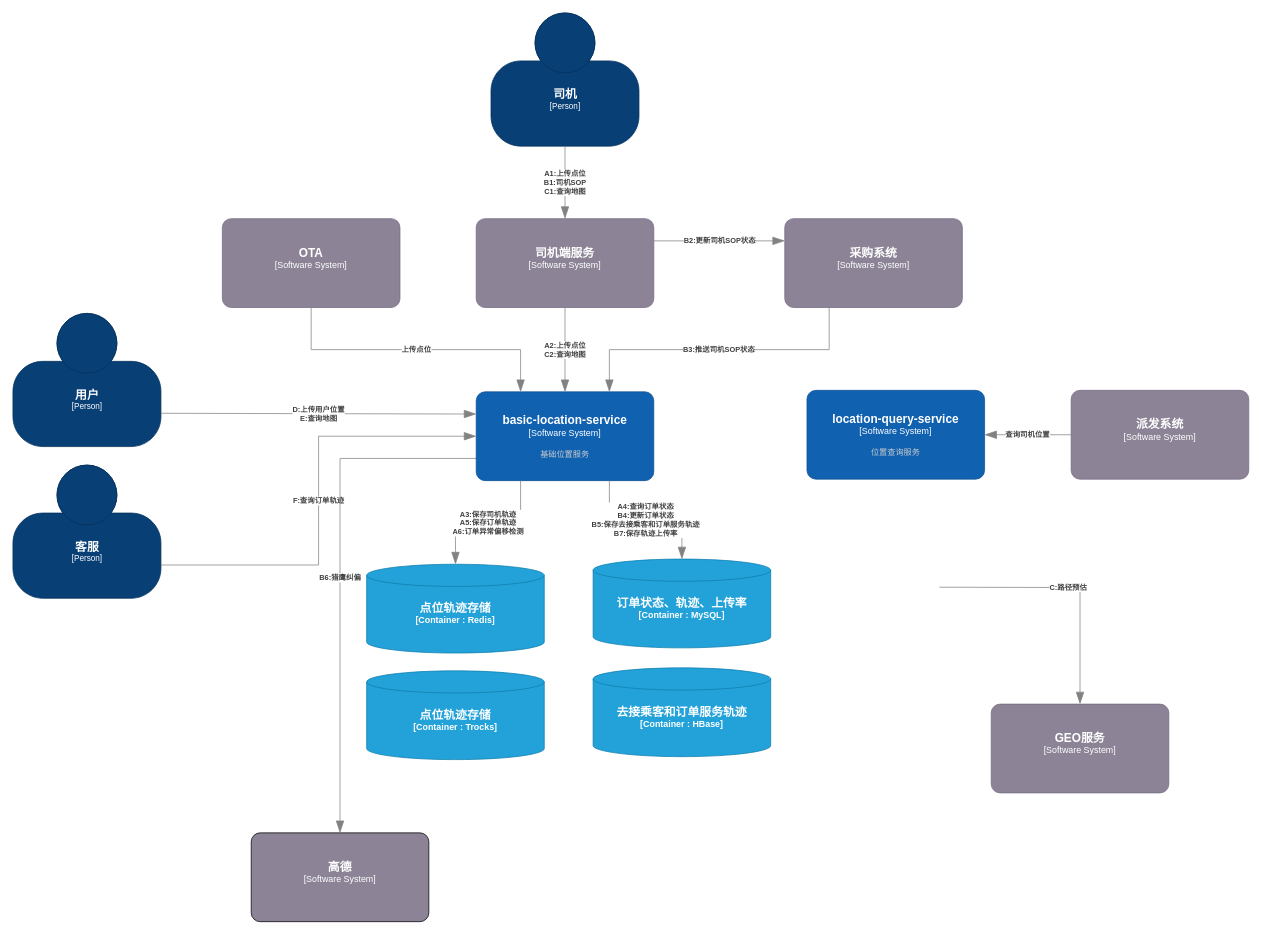
Above: page "地图-容器图" (3 of 3) of 地图服务-现状.drawio in miareko/c4-diagram (draw.io), before the change. Source tidied: cells renumbered, new cells numbered last; positions are measured from the earlier drawing's top-left corner, leaving out a move shared by most shapes. Both pictures are drawn from the tidied source at 74%, with x=0, y=0 at pixel (13, 13).
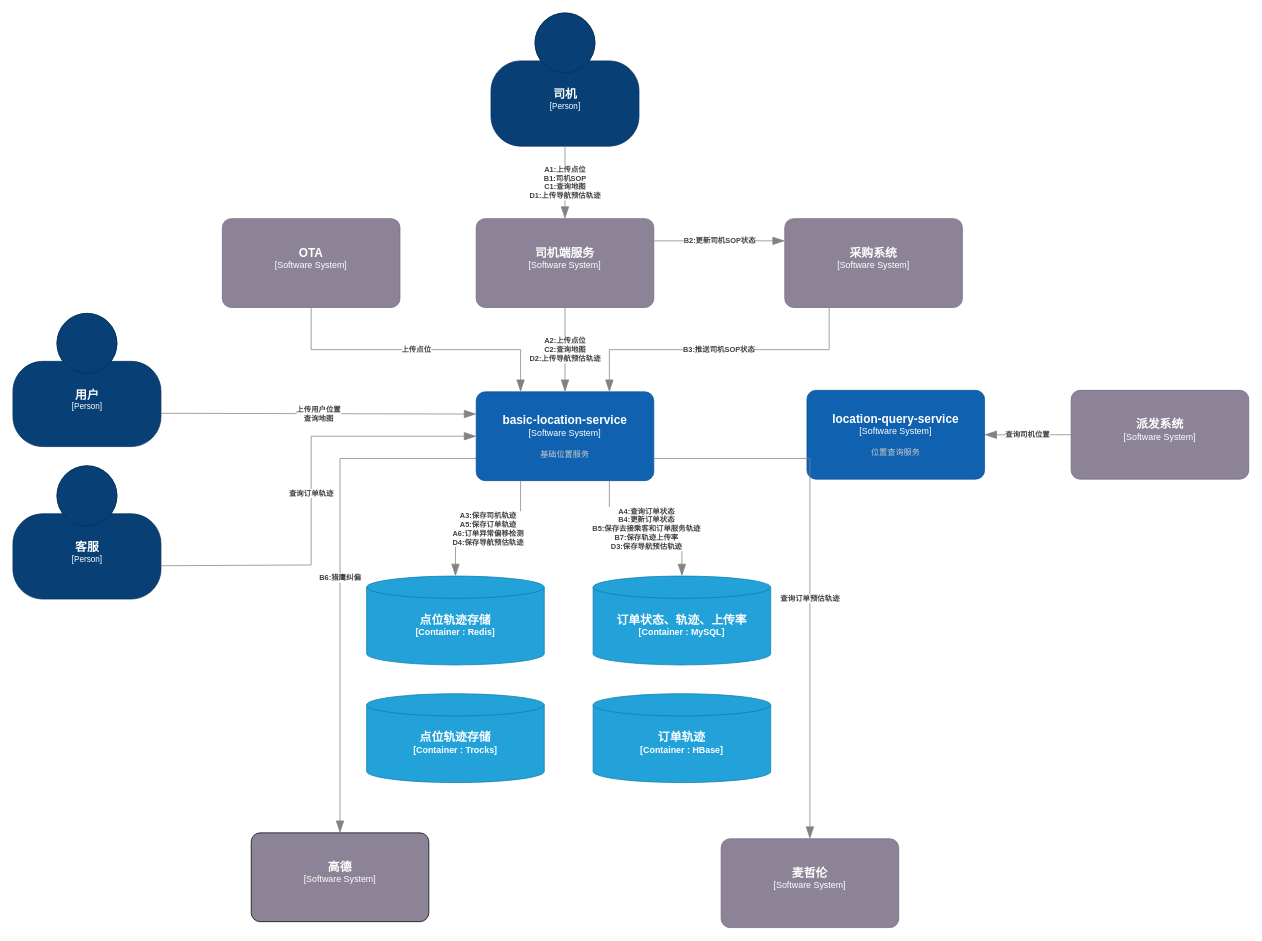
Above is the later version.

Unchanged cells that the change refers to:
```xml
<object id="2" label="&lt;font style=&quot;font-size: 16px&quot;&gt;&lt;b&gt;%c4Name%&lt;/b&gt;&lt;/font&gt;&lt;div&gt;[%c4Type%]&lt;/div&gt;&lt;br&gt;&lt;div&gt;&lt;font style=&quot;font-size: 11px&quot;&gt;&lt;font color=&quot;#cccccc&quot;&gt;%c4Description%&lt;/font&gt;&lt;/div&gt;" c4Description="" c4Name="司机" c4Type="Person" placeholders="1">
  <mxCell style="html=1;fontSize=11;dashed=0;whitespace=wrap;fillColor=#083F75;strokeColor=#06315C;fontColor=#ffffff;shape=mxgraph.c4.person2;align=center;points=[[0.5,0,0],[1,0.5,0],[1,0.75,0],[0.75,1,0],[0.5,1,0],[0.25,1,0],[0,0.75,0],[0,0.5,0]];" parent="1" vertex="1">
    <mxGeometry x="646" width="200" height="180" as="geometry" />
  </mxCell>
</object>
<object id="3" label="&lt;font style=&quot;font-size: 16px&quot;&gt;&lt;b&gt;%c4Name%&lt;/b&gt;&lt;/font&gt;&lt;div&gt;[%c4Type%]&lt;/div&gt;&lt;br&gt;&lt;div&gt;&lt;font style=&quot;font-size: 11px&quot;&gt;&lt;font color=&quot;#cccccc&quot;&gt;%c4Description%&lt;/font&gt;&lt;/div&gt;" c4Description="" c4Name="司机端服务" c4Type="Software System" placeholders="1">
  <mxCell style="rounded=1;whiteSpace=wrap;html=1;labelBackgroundColor=none;fillColor=#8C8496;fontColor=#ffffff;align=center;arcSize=10;strokeColor=#736782;points=[[0.25,0,0],[0.5,0,0],[0.75,0,0],[1,0.25,0],[1,0.5,0],[1,0.75,0],[0.75,1,0],[0.5,1,0],[0.25,1,0],[0,0.75,0],[0,0.5,0],[0,0.25,0]];" parent="1" vertex="1">
    <mxGeometry x="626" y="278" width="240" height="120" as="geometry" />
  </mxCell>
</object>
<object id="7" label="&lt;font style=&quot;font-size: 16px&quot;&gt;&lt;b&gt;%c4Name%&lt;/b&gt;&lt;/font&gt;&lt;div&gt;[%c4Type%]&lt;/div&gt;&lt;br&gt;&lt;div&gt;&lt;font style=&quot;font-size: 11px&quot;&gt;&lt;font color=&quot;#cccccc&quot;&gt;%c4Description%&lt;/font&gt;&lt;/div&gt;" c4Description="" c4Name="用户" c4Type="Person" placeholders="1">
  <mxCell style="html=1;fontSize=11;dashed=0;whitespace=wrap;fillColor=#083F75;strokeColor=#06315C;fontColor=#ffffff;shape=mxgraph.c4.person2;align=center;points=[[0.5,0,0],[1,0.5,0],[1,0.75,0],[0.75,1,0],[0.5,1,0],[0.25,1,0],[0,0.75,0],[0,0.5,0]];" parent="1" vertex="1">
    <mxGeometry y="406" width="200" height="180" as="geometry" />
  </mxCell>
</object>
<object id="21" label="&lt;font style=&quot;font-size: 16px&quot;&gt;&lt;b&gt;%c4Name%&lt;/b&gt;&lt;/font&gt;&lt;div&gt;[%c4Type%]&lt;/div&gt;&lt;br&gt;&lt;div&gt;&lt;font style=&quot;font-size: 11px&quot;&gt;&lt;font color=&quot;#cccccc&quot;&gt;%c4Description%&lt;/font&gt;&lt;/div&gt;" c4Description="基础位置服务" c4Name="basic-location-service" c4Type="Software System" placeholders="1">
  <mxCell style="rounded=1;whiteSpace=wrap;html=1;labelBackgroundColor=none;fillColor=#1061B0;fontColor=#ffffff;align=center;arcSize=10;strokeColor=#0D5091;points=[[0.25,0,0],[0.5,0,0],[0.75,0,0],[1,0.25,0],[1,0.5,0],[1,0.75,0],[0.75,1,0],[0.5,1,0],[0.25,1,0],[0,0.75,0],[0,0.5,0],[0,0.25,0]];" parent="1" vertex="1">
    <mxGeometry x="626" y="512" width="240" height="120" as="geometry" />
  </mxCell>
</object>
```

What changed in the source:
```diff
@@
-    <object id="5" label="&lt;font style=&quot;font-size: 16px&quot;&gt;&lt;b&gt;%c4Name%&lt;/b&gt;&lt;/font&gt;&lt;div&gt;[%c4Type%]&lt;/div&gt;&lt;br&gt;&lt;div&gt;&lt;font style=&quot;font-size: 11px&quot;&gt;&lt;font color=&quot;#cccccc&quot;&gt;%c4Description%&lt;/font&gt;&lt;/div&gt;" c4Description="" c4Name="GEO服务" c4Type="Software System" placeholders="1">
-      <mxCell style="rounded=1;whiteSpace=wrap;html=1;labelBackgroundColor=none;fillColor=#8C8496;fontColor=#ffffff;align=center;arcSize=10;strokeColor=#736782;points=[[0.25,0,0],[0.5,0,0],[0.75,0,0],[1,0.25,0],[1,0.5,0],[1,0.75,0],[0.75,1,0],[0.5,1,0],[0.25,1,0],[0,0.75,0],[0,0.5,0],[0,0.25,0]];" parent="1" vertex="1">
-        <mxGeometry x="1322" y="934" width="240" height="120" as="geometry" />
-      </mxCell>
-    </object>
@@
     <object id="8" label="&lt;font style=&quot;font-size: 16px&quot;&gt;&lt;b&gt;%c4Name%&lt;/b&gt;&lt;/font&gt;&lt;div&gt;[%c4Type%]&lt;/div&gt;&lt;br&gt;&lt;div&gt;&lt;font style=&quot;font-size: 11px&quot;&gt;&lt;font color=&quot;#cccccc&quot;&gt;%c4Description%&lt;/font&gt;&lt;/div&gt;" c4Description="" c4Name="客服" c4Type="Person" placeholders="1">
       <mxCell style="html=1;fontSize=11;dashed=0;whitespace=wrap;fillColor=#083F75;strokeColor=#06315C;fontColor=#ffffff;shape=mxgraph.c4.person2;align=center;points=[[0.5,0,0],[1,0.5,0],[1,0.75,0],[0.75,1,0],[0.5,1,0],[0.25,1,0],[0,0.75,0],[0,0.5,0]];" parent="1" vertex="1">
-        <mxGeometry y="611" width="200" height="180" as="geometry" />
+        <mxGeometry y="612" width="200" height="180" as="geometry" />
       </mxCell>
     </object>
-    <object id="9" label="&lt;div style=&quot;text-align: left&quot;&gt;&lt;div style=&quot;text-align: center&quot;&gt;&lt;b&gt;%c4Description%&lt;/b&gt;&lt;/div&gt;" c4Description="A1:上传点位&#10;B1:司机SOP&#10;C1:查询地图" placeholders="1">
+    <object id="9" label="&lt;div style=&quot;text-align: left&quot;&gt;&lt;div style=&quot;text-align: center&quot;&gt;&lt;b&gt;%c4Description%&lt;/b&gt;&lt;/div&gt;" c4Description="A1:上传点位&#10;B1:司机SOP&#10;C1:查询地图&#10;D1:上传导航预估轨迹" placeholders="1">
       <mxCell style="endArrow=blockThin;html=1;fontSize=10;fontColor=#404040;strokeWidth=1;endFill=1;strokeColor=#828282;elbow=vertical;endSize=14;startSize=14;jumpStyle=arc;jumpSize=16;rounded=0;edgeStyle=orthogonalEdgeStyle;exitX=0.5;exitY=1;exitDx=0;exitDy=0;exitPerimeter=0;" parent="1" edge="1" source="2" target="3">
         <mxGeometry relative="1" as="geometry" />
       </mxCell>
     </object>
@@
-    <object id="12" label="&lt;div style=&quot;text-align: left&quot;&gt;&lt;div style=&quot;text-align: center&quot;&gt;&lt;b&gt;%c4Description%&lt;/b&gt;&lt;/div&gt;" c4Description="A2:上传点位&#10;C2:查询地图" placeholders="1">
+    <object id="12" label="&lt;div style=&quot;text-align: left&quot;&gt;&lt;div style=&quot;text-align: center&quot;&gt;&lt;b&gt;%c4Description%&lt;/b&gt;&lt;/div&gt;" c4Description="A2:上传点位&#10;C2:查询地图&#10;D2:上传导航预估轨迹" placeholders="1">
       <mxCell style="endArrow=blockThin;html=1;fontSize=10;fontColor=#404040;strokeWidth=1;endFill=1;strokeColor=#828282;elbow=vertical;endSize=14;startSize=14;jumpStyle=arc;jumpSize=16;rounded=0;edgeStyle=orthogonalEdgeStyle;exitX=0.5;exitY=1;exitDx=0;exitDy=0;exitPerimeter=0;entryX=0.5;entryY=0;entryDx=0;entryDy=0;entryPerimeter=0;" parent="1" edge="1" source="3" target="21">
         <mxGeometry relative="1" as="geometry" />
       </mxCell>
     </object>
-    <object id="13" label="&lt;div style=&quot;text-align: left&quot;&gt;&lt;div style=&quot;text-align: center&quot;&gt;&lt;b&gt;%c4Description%&lt;/b&gt;&lt;/div&gt;" c4Description="D:上传用户位置&#10;E:查询地图" placeholders="1">
+    <object id="13" label="&lt;div style=&quot;text-align: left&quot;&gt;&lt;div style=&quot;text-align: center&quot;&gt;&lt;b&gt;%c4Description%&lt;/b&gt;&lt;/div&gt;" c4Description="上传用户位置&#10;查询地图" placeholders="1">
       <mxCell style="endArrow=blockThin;html=1;fontSize=10;fontColor=#404040;strokeWidth=1;endFill=1;strokeColor=#828282;elbow=vertical;endSize=14;startSize=14;jumpStyle=arc;jumpSize=16;rounded=0;edgeStyle=orthogonalEdgeStyle;entryX=0;entryY=0.25;entryDx=0;entryDy=0;entryPerimeter=0;exitX=1;exitY=0.75;exitDx=0;exitDy=0;exitPerimeter=0;" parent="1" edge="1" source="7" target="21">
         <mxGeometry relative="1" as="geometry" />
       </mxCell>
     </object>
-    <object id="14" label="&lt;div style=&quot;text-align: left&quot;&gt;&lt;div style=&quot;text-align: center&quot;&gt;&lt;b&gt;%c4Description%&lt;/b&gt;&lt;/div&gt;" c4Description="F:查询订单轨迹" placeholders="1">
+    <object id="14" label="&lt;div style=&quot;text-align: left&quot;&gt;&lt;div style=&quot;text-align: center&quot;&gt;&lt;b&gt;%c4Description%&lt;/b&gt;&lt;/div&gt;" c4Description="查询订单轨迹" placeholders="1">
       <mxCell style="endArrow=blockThin;html=1;fontSize=10;fontColor=#404040;strokeWidth=1;endFill=1;strokeColor=#828282;elbow=vertical;endSize=14;startSize=14;jumpStyle=arc;jumpSize=16;rounded=0;edgeStyle=orthogonalEdgeStyle;exitX=1;exitY=0.75;exitDx=0;exitDy=0;exitPerimeter=0;" parent="1" edge="1" source="8" target="21">
-        <mxGeometry relative="1" as="geometry" />
+        <mxGeometry relative="1" as="geometry">
+          <Array as="points">
+            <mxPoint x="403" y="746" />
+            <mxPoint x="403" y="572" />
+          </Array>
+        </mxGeometry>
       </mxCell>
     </object>
@@
-    <object id="16" label="&lt;div style=&quot;text-align: left&quot;&gt;&lt;div style=&quot;text-align: center&quot;&gt;&lt;b&gt;%c4Description%&lt;/b&gt;&lt;/div&gt;" c4Description="C:路径预估" placeholders="1">
-      <mxCell style="endArrow=blockThin;html=1;fontSize=10;fontColor=#404040;strokeWidth=1;endFill=1;strokeColor=#828282;elbow=vertical;endSize=14;startSize=14;jumpStyle=arc;jumpSize=16;rounded=0;edgeStyle=orthogonalEdgeStyle;exitX=0.75;exitY=1;exitDx=0;exitDy=0;exitPerimeter=0;" parent="1" edge="1" target="5">
-        <mxGeometry relative="1" as="geometry">
-          <mxPoint x="1252" y="776" as="sourcePoint" />
-        </mxGeometry>
-      </mxCell>
-    </object>
@@
     <object id="23" label="&lt;font style=&quot;font-size: 16px&quot;&gt;&lt;b&gt;%c4Type%&lt;/font&gt;&lt;div&gt;[%c4Container%:&amp;nbsp;%c4Technology%]&lt;/div&gt;&lt;br&gt;&lt;div&gt;&lt;font style=&quot;font-size: 11px&quot;&gt;&lt;font color=&quot;#E6E6E6&quot;&gt;%c4Description%&lt;/font&gt;&lt;/div&gt;" c4Container="Container " c4Description="" c4Technology="Redis" c4Type="点位轨迹存储" placeholders="1">
       <mxCell style="shape=cylinder3;size=15;whiteSpace=wrap;html=1;boundedLbl=1;rounded=0;labelBackgroundColor=none;fillColor=#23A2D9;fontSize=12;fontColor=#ffffff;align=center;strokeColor=#0E7DAD;points=[[0.5,0,0],[1,0.25,0],[1,0.5,0],[1,0.75,0],[0.5,1,0],[0,0.75,0],[0,0.5,0],[0,0.25,0]];" parent="1" vertex="1">
-        <mxGeometry x="478" y="745" width="240" height="120" as="geometry" />
+        <mxGeometry x="478" y="761" width="240" height="120" as="geometry" />
       </mxCell>
     </object>
     <object id="24" label="&lt;font style=&quot;font-size: 16px&quot;&gt;&lt;b&gt;%c4Type%&lt;/font&gt;&lt;div&gt;[%c4Container%:&amp;nbsp;%c4Technology%]&lt;/div&gt;&lt;br&gt;&lt;div&gt;&lt;font style=&quot;font-size: 11px&quot;&gt;&lt;font color=&quot;#E6E6E6&quot;&gt;%c4Description%&lt;/font&gt;&lt;/div&gt;" c4Container="Container " c4Description="" c4Technology="MySQL" c4Type="订单状态、轨迹、上传率" placeholders="1">
       <mxCell style="shape=cylinder3;size=15;whiteSpace=wrap;html=1;boundedLbl=1;rounded=0;labelBackgroundColor=none;fillColor=#23A2D9;fontSize=12;fontColor=#ffffff;align=center;strokeColor=#0E7DAD;points=[[0.5,0,0],[1,0.25,0],[1,0.5,0],[1,0.75,0],[0.5,1,0],[0,0.75,0],[0,0.5,0],[0,0.25,0]];" parent="1" vertex="1">
-        <mxGeometry x="784" y="738" width="240" height="120" as="geometry" />
+        <mxGeometry x="784" y="761" width="240" height="120" as="geometry" />
       </mxCell>
     </object>
-    <object id="25" label="&lt;div style=&quot;text-align: left&quot;&gt;&lt;div style=&quot;text-align: center&quot;&gt;&lt;b&gt;%c4Description%&lt;/b&gt;&lt;/div&gt;" c4Description="A3:保存司机轨迹&#10;A5:保存订单轨迹&#10;A6:订单异常偏移检测" placeholders="1">
+    <object id="25" label="&lt;div style=&quot;text-align: left&quot;&gt;&lt;div style=&quot;text-align: center&quot;&gt;&lt;b&gt;%c4Description%&lt;/b&gt;&lt;/div&gt;" c4Description="A3:保存司机轨迹&#10;A5:保存订单轨迹&#10;A6:订单异常偏移检测&#10;D4:保存导航预估轨迹" placeholders="1">
       <mxCell style="endArrow=blockThin;html=1;fontSize=10;fontColor=#404040;strokeWidth=1;endFill=1;strokeColor=#828282;elbow=vertical;endSize=14;startSize=14;jumpStyle=arc;jumpSize=16;rounded=0;edgeStyle=orthogonalEdgeStyle;exitX=0.25;exitY=1;exitDx=0;exitDy=0;exitPerimeter=0;entryX=0.5;entryY=0;entryDx=0;entryDy=0;entryPerimeter=0;" parent="1" edge="1" source="21" target="23">
         <mxGeometry relative="1" as="geometry" />
       </mxCell>
     </object>
-    <object id="26" label="&lt;div style=&quot;text-align: left&quot;&gt;&lt;div style=&quot;text-align: center&quot;&gt;&lt;b&gt;%c4Description%&lt;/b&gt;&lt;/div&gt;" c4Description="A4:查询订单状态&#10;B4:更新订单状态&#10;B5:保存去接乘客和订单服务轨迹&#10;B7:保存轨迹上传率" placeholders="1">
+    <object id="26" label="&lt;div style=&quot;text-align: left&quot;&gt;&lt;div style=&quot;text-align: center&quot;&gt;&lt;b&gt;%c4Description%&lt;/b&gt;&lt;/div&gt;" c4Description="A4:查询订单状态&#10;B4:更新订单状态&#10;B5:保存去接乘客和订单服务轨迹&#10;B7:保存轨迹上传率&#10;D3:保存导航预估轨迹" placeholders="1">
       <mxCell style="endArrow=blockThin;html=1;fontSize=10;fontColor=#404040;strokeWidth=1;endFill=1;strokeColor=#828282;elbow=vertical;endSize=14;startSize=14;jumpStyle=arc;jumpSize=16;rounded=0;edgeStyle=orthogonalEdgeStyle;exitX=0.75;exitY=1;exitDx=0;exitDy=0;exitPerimeter=0;entryX=0.5;entryY=0;entryDx=0;entryDy=0;entryPerimeter=0;" parent="1" edge="1" source="21" target="24">
         <mxGeometry relative="1" as="geometry" />
       </mxCell>
     </object>
-    <object id="27" label="&lt;font style=&quot;font-size: 16px&quot;&gt;&lt;b&gt;%c4Type%&lt;/font&gt;&lt;div&gt;[%c4Container%:&amp;nbsp;%c4Technology%]&lt;/div&gt;&lt;br&gt;&lt;div&gt;&lt;font style=&quot;font-size: 11px&quot;&gt;&lt;font color=&quot;#E6E6E6&quot;&gt;%c4Description%&lt;/font&gt;&lt;/div&gt;" c4Container="Container " c4Description="" c4Technology="HBase" c4Type="去接乘客和订单服务轨迹" placeholders="1">
+    <object id="27" label="&lt;font style=&quot;font-size: 16px&quot;&gt;&lt;b&gt;%c4Type%&lt;/font&gt;&lt;div&gt;[%c4Container%:&amp;nbsp;%c4Technology%]&lt;/div&gt;&lt;br&gt;&lt;div&gt;&lt;font style=&quot;font-size: 11px&quot;&gt;&lt;font color=&quot;#E6E6E6&quot;&gt;%c4Description%&lt;/font&gt;&lt;/div&gt;" c4Container="Container " c4Description="" c4Technology="HBase" c4Type="订单轨迹" placeholders="1">
       <mxCell style="shape=cylinder3;size=15;whiteSpace=wrap;html=1;boundedLbl=1;rounded=0;labelBackgroundColor=none;fillColor=#23A2D9;fontSize=12;fontColor=#ffffff;align=center;strokeColor=#0E7DAD;" parent="1" vertex="1">
-        <mxGeometry x="784" y="885" width="240" height="120" as="geometry" />
+        <mxGeometry x="784" y="920" width="240" height="120" as="geometry" />
       </mxCell>
     </object>
     <object id="28" label="&lt;font style=&quot;font-size: 16px&quot;&gt;&lt;b&gt;%c4Type%&lt;/font&gt;&lt;div&gt;[%c4Container%:&amp;nbsp;%c4Technology%]&lt;/div&gt;&lt;br&gt;&lt;div&gt;&lt;font style=&quot;font-size: 11px&quot;&gt;&lt;font color=&quot;#E6E6E6&quot;&gt;%c4Description%&lt;/font&gt;&lt;/div&gt;" c4Container="Container " c4Description="" c4Technology="Trocks" c4Type="点位轨迹存储" placeholders="1">
       <mxCell style="shape=cylinder3;size=15;whiteSpace=wrap;html=1;boundedLbl=1;rounded=0;labelBackgroundColor=none;fillColor=#23A2D9;fontSize=12;fontColor=#ffffff;align=center;strokeColor=#0E7DAD;" parent="1" vertex="1">
-        <mxGeometry x="478" y="889" width="240" height="120" as="geometry" />
+        <mxGeometry x="478" y="920" width="240" height="120" as="geometry" />
       </mxCell>
     </object>
+    <object id="5" label="&lt;font style=&quot;font-size: 16px&quot;&gt;&lt;b&gt;%c4Name%&lt;/b&gt;&lt;/font&gt;&lt;div&gt;[%c4Type%]&lt;/div&gt;&lt;br&gt;&lt;div&gt;&lt;font style=&quot;font-size: 11px&quot;&gt;&lt;font color=&quot;#cccccc&quot;&gt;%c4Description%&lt;/font&gt;&lt;/div&gt;" c4Description="" c4Name="麦哲伦" c4Type="Software System" placeholders="1">
+      <mxCell style="rounded=1;whiteSpace=wrap;html=1;labelBackgroundColor=none;fillColor=#8C8496;fontColor=#ffffff;align=center;arcSize=10;strokeColor=#736782;points=[[0.25,0,0],[0.5,0,0],[0.75,0,0],[1,0.25,0],[1,0.5,0],[1,0.75,0],[0.75,1,0],[0.5,1,0],[0.25,1,0],[0,0.75,0],[0,0.5,0],[0,0.25,0]];" parent="1" vertex="1">
+        <mxGeometry x="957" y="1116" width="240" height="120" as="geometry" />
+      </mxCell>
+    </object>
+    <object id="29" label="&lt;div style=&quot;text-align: left&quot;&gt;&lt;div style=&quot;text-align: center&quot;&gt;&lt;b&gt;%c4Description%&lt;/b&gt;&lt;/div&gt;" c4Description="查询订单预估轨迹" placeholders="1">
+      <mxCell style="endArrow=blockThin;html=1;fontSize=10;fontColor=#404040;strokeWidth=1;endFill=1;strokeColor=#828282;elbow=vertical;endSize=14;startSize=14;jumpStyle=arc;jumpSize=16;rounded=0;edgeStyle=orthogonalEdgeStyle;exitX=1;exitY=0.75;exitDx=0;exitDy=0;exitPerimeter=0;entryX=0.5;entryY=0;entryDx=0;entryDy=0;entryPerimeter=0;" parent="1" edge="1" source="21" target="5">
+        <mxGeometry x="0.1" relative="1" as="geometry">
+          <mxPoint y="1" as="offset" />
+        </mxGeometry>
+      </mxCell>
+    </object>
```
